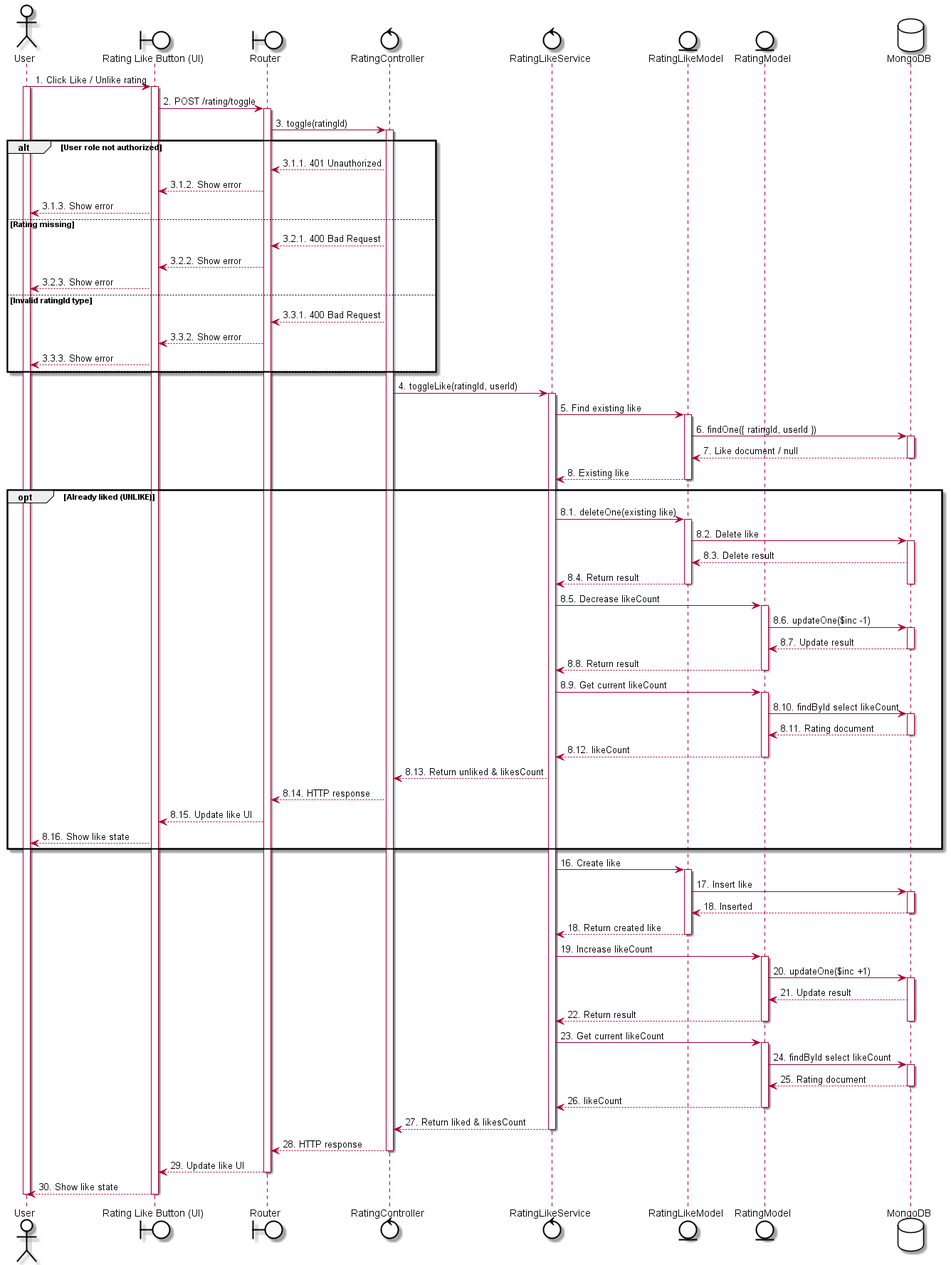
This is out/uc40 - React rating/uc40 - React rating.png from LGK1412/sequence_sep490_01, a PlantUML export, as it was before one commit.
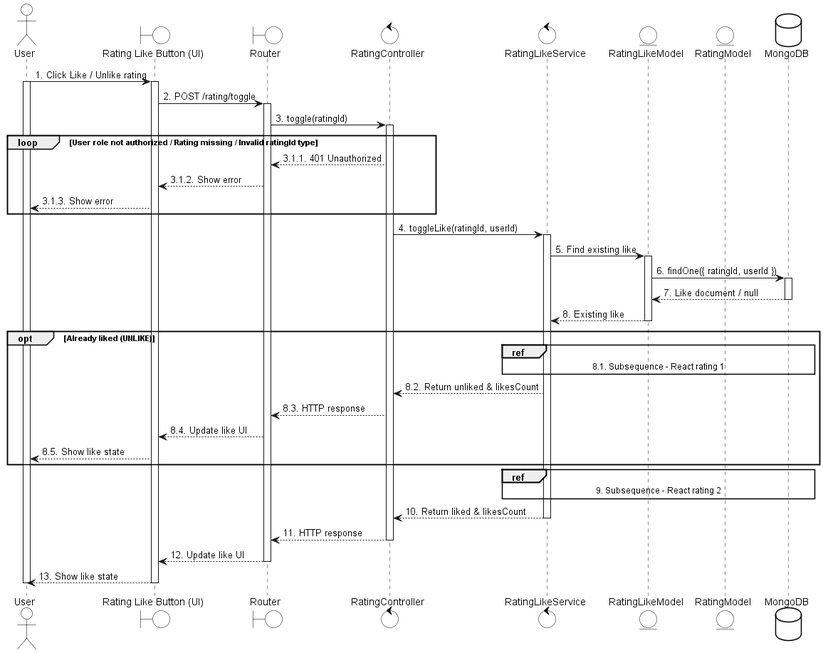
After the change.

Diff of the diagram source:
```diff
@@ -32,19 +32,10 @@
 Router -> RatingController: 3. toggle(ratingId)
 activate RatingController
 
-alt User role not authorized
+loop User role not authorized / Rating missing / Invalid ratingId type
     RatingController --> Router: 3.1.1. 401 Unauthorized
     Router --> UI: 3.1.2. Show error
     UI --> User: 3.1.3. Show error
-else Rating missing
-    RatingController --> Router: 3.2.1. 400 Bad Request
-    Router --> UI: 3.2.2. Show error
-    UI --> User: 3.2.3. Show error
-else Invalid ratingId type
-    RatingController --> Router: 3.3.1. 400 Bad Request
-    Router --> UI: 3.3.2. Show error
-    UI --> User: 3.3.3. Show error
-else
 end
 
 RatingController -> RatingLikeService: 4. toggleLike(ratingId, userId)
@@ -60,75 +51,29 @@
 deactivate RatingLikeModel
 
 opt Already liked (UNLIKE)
-    RatingLikeService -> RatingLikeModel: 8.1. deleteOne(existing like)
-    activate RatingLikeModel
-    RatingLikeModel -> MongoDB: 8.2. Delete like
-    activate MongoDB
-    MongoDB --> RatingLikeModel: 8.3. Delete result
-    RatingLikeModel --> RatingLikeService: 8.4. Return result
-    deactivate MongoDB
-    deactivate RatingLikeModel
+    ref over RatingLikeService, RatingLikeModel, MongoDB
+    8.1. Subsequence - React rating 1
+    end ref
 
-    RatingLikeService -> RatingModel: 8.5. Decrease likeCount
-    activate RatingModel
-    RatingModel -> MongoDB: 8.6. updateOne($inc -1)
-    activate MongoDB
-    MongoDB --> RatingModel: 8.7. Update result
-    deactivate MongoDB
-    RatingModel --> RatingLikeService: 8.8. Return result
-    deactivate RatingModel
-
-    RatingLikeService -> RatingModel: 8.9. Get current likeCount
-    activate RatingModel
-    RatingModel -> MongoDB: 8.10. findById select likeCount
-    activate MongoDB
-    MongoDB --> RatingModel: 8.11. Rating document
-    deactivate MongoDB
-    RatingModel --> RatingLikeService: 8.12. likeCount
-    deactivate RatingModel
-    RatingLikeService --> RatingController: 8.13. Return unliked & likesCount
-    RatingController --> Router: 8.14. HTTP response
-    Router --> UI: 8.15. Update like UI
-    UI --> User: 8.16. Show like state
+    RatingLikeService --> RatingController: 8.2. Return unliked & likesCount
+    RatingController --> Router: 8.3. HTTP response
+    Router --> UI: 8.4. Update like UI
+    UI --> User: 8.5. Show like state
 end
 
 
-RatingLikeService -> RatingLikeModel: 16. Create like
-activate RatingLikeModel
-RatingLikeModel -> MongoDB: 17. Insert like
-activate MongoDB
-MongoDB --> RatingLikeModel: 18. Inserted
-deactivate MongoDB
-RatingLikeModel --> RatingLikeService: 18. Return created like
-deactivate RatingLikeModel
+ref over RatingLikeService, RatingLikeModel, MongoDB
+    9. Subsequence - React rating 2
+end ref
 
-RatingLikeService -> RatingModel: 19. Increase likeCount
-activate RatingModel
-RatingModel -> MongoDB: 20. updateOne($inc +1)
-activate MongoDB
-MongoDB --> RatingModel: 21. Update result
-RatingModel --> RatingLikeService: 22. Return result
-deactivate MongoDB
-deactivate RatingModel
-
-
-RatingLikeService -> RatingModel: 23. Get current likeCount
-activate RatingModel
-RatingModel -> MongoDB: 24. findById select likeCount
-activate MongoDB
-MongoDB --> RatingModel: 25. Rating document
-deactivate MongoDB
-RatingModel --> RatingLikeService: 26. likeCount
-deactivate RatingModel
-
-RatingLikeService --> RatingController: 27. Return liked & likesCount
+RatingLikeService --> RatingController: 10. Return liked & likesCount
 deactivate RatingLikeService
 
-RatingController --> Router: 28. HTTP response
+RatingController --> Router: 11. HTTP response
 deactivate RatingController
-Router --> UI: 29. Update like UI
+Router --> UI: 12. Update like UI
 deactivate Router
-UI --> User: 30. Show like state
+UI --> User: 13. Show like state
 deactivate UI
 deactivate User
 @enduml
```
